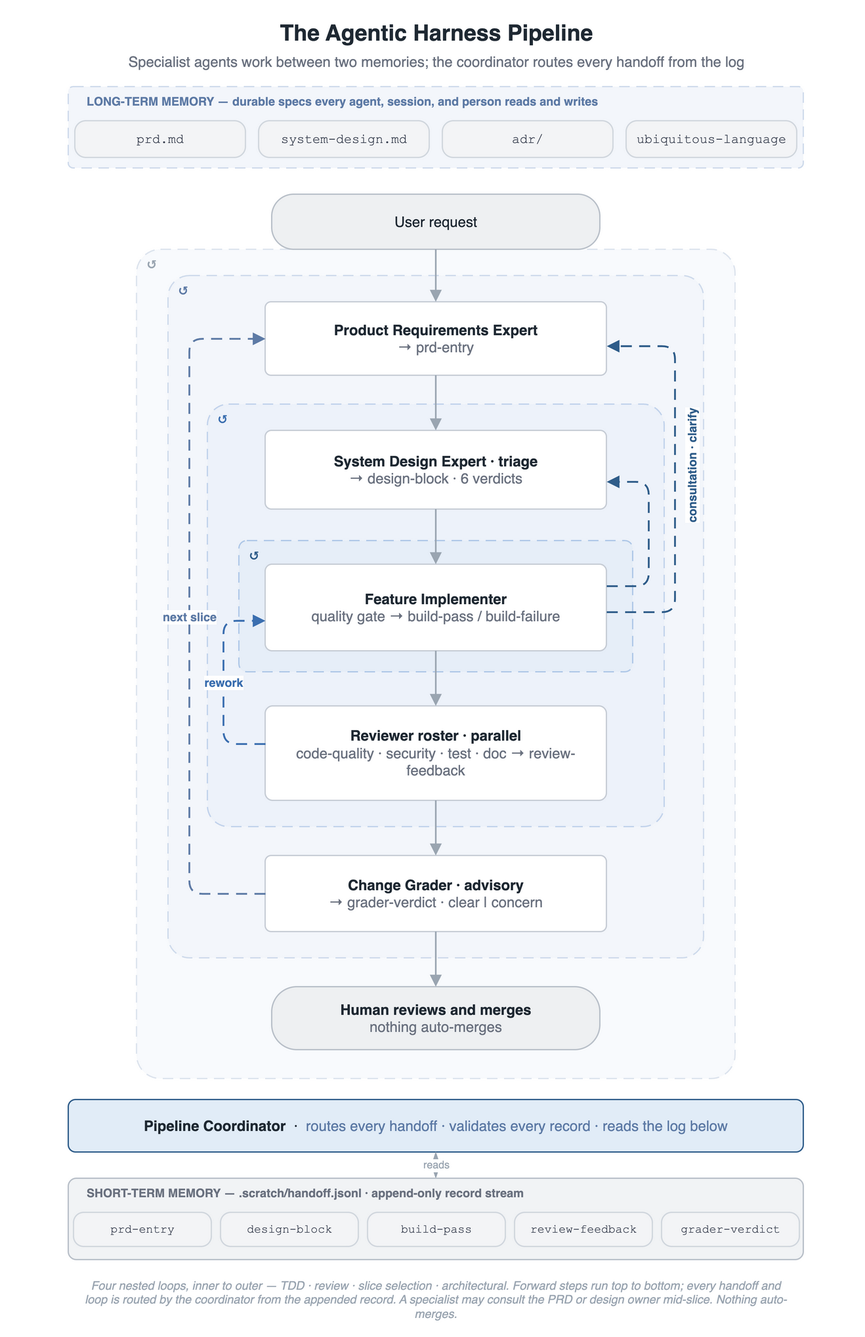
Above: docs/images/pipeline-flow.drawio.png in woditschka/agentic-coding-reference (draw.io), before the change. Source tidied: cells renumbered, new cells last; positions are measured from the earlier drawing's top-left corner, leaving out a move shared by most shapes.
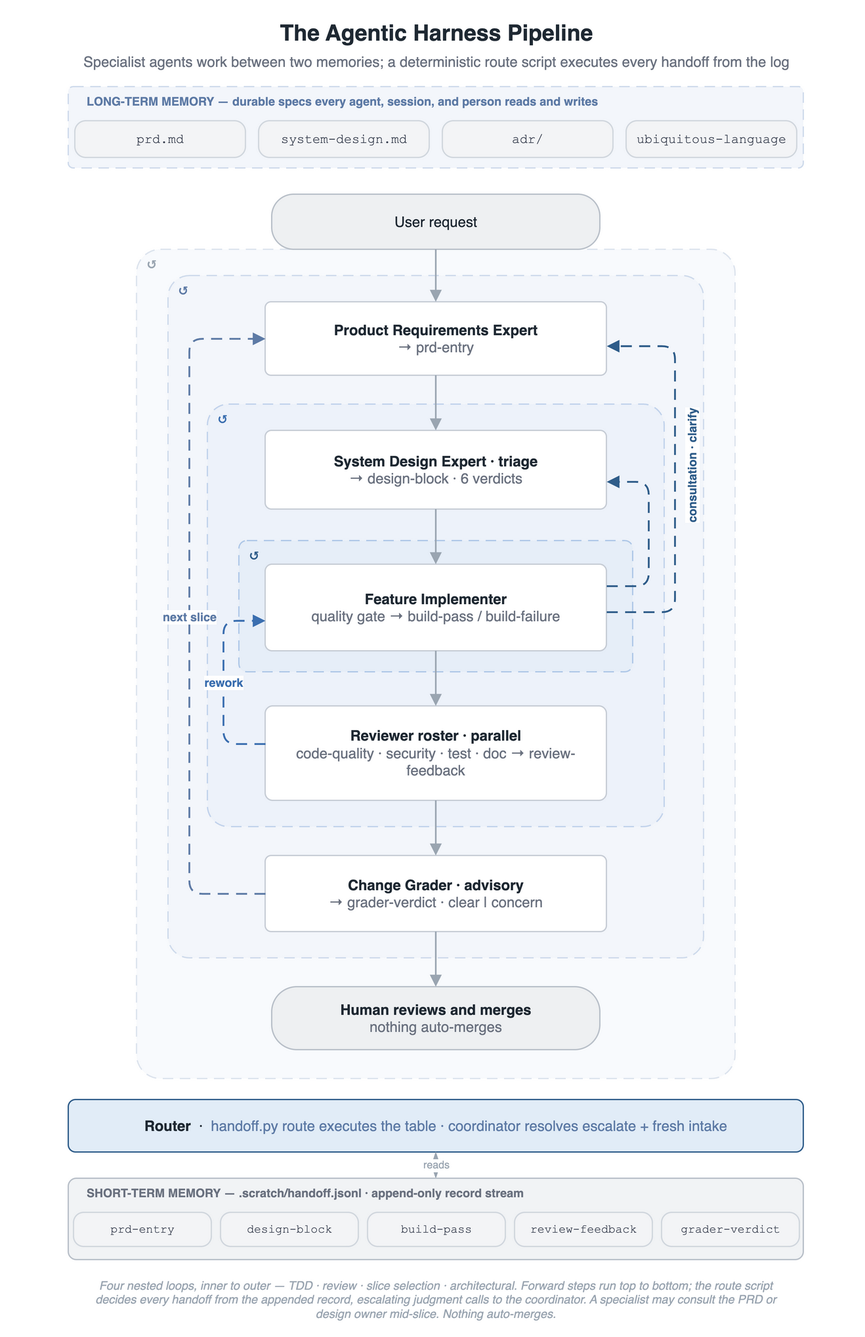
After the commit.

Diff of the diagram source:
```diff
@@ -5,7 +5,7 @@
     <mxCell id="2" value="The Agentic Harness Pipeline" style="text;html=1;align=center;verticalAlign=middle;fontSize=17;fontStyle=1;fontColor=#1F2933;" parent="1" vertex="1">
       <mxGeometry width="640" height="26" as="geometry" />
     </mxCell>
-    <mxCell id="3" value="Specialist agents work between two memories; the coordinator routes every handoff from the log" style="text;html=1;align=center;verticalAlign=middle;fontSize=11;fontColor=#6B7280;" parent="1" vertex="1">
+    <mxCell id="3" value="Specialist agents work between two memories; a deterministic route script executes every handoff from the log" style="text;html=1;align=center;verticalAlign=middle;fontSize=11;fontColor=#6B7280;" parent="1" vertex="1">
       <mxGeometry y="26" width="640" height="18" as="geometry" />
     </mxCell>
     <mxCell id="4" style="rounded=1;arcSize=6;html=1;fillColor=#F3F6FB;strokeColor=#CFDBEC;dashed=1;dashPattern=8 5;" parent="1" vertex="1">
@@ -121,7 +121,7 @@
     <mxCell id="34" value="consultation · clarify" style="text;html=1;align=center;verticalAlign=middle;fontSize=9;fontStyle=1;fontColor=#2F5D8A;labelBackgroundColor=#FFFFFF;rotation=-90;" parent="1" vertex="1">
       <mxGeometry x="455" y="336" width="120" height="14" as="geometry" />
     </mxCell>
-    <mxCell id="35" value="&lt;b&gt;Pipeline Coordinator&lt;/b&gt;&amp;nbsp;&amp;nbsp;·&amp;nbsp;&amp;nbsp;&lt;font color=&quot;#5E7BA6&quot;&gt;routes every handoff · validates every record · reads the log below&lt;/font&gt;" style="rounded=1;arcSize=14;whiteSpace=wrap;html=1;fillColor=#E1ECF7;strokeColor=#2F5D8A;fontSize=11;fontColor=#1F2933;verticalAlign=middle;" parent="1" vertex="1">
+    <mxCell id="35" value="&lt;b&gt;Router&lt;/b&gt;&amp;nbsp;&amp;nbsp;·&amp;nbsp;&amp;nbsp;&lt;font color=&quot;#5E7BA6&quot;&gt;handoff.py route executes the table · coordinator resolves escalate + fresh intake&lt;/font&gt;" style="rounded=1;arcSize=14;whiteSpace=wrap;html=1;fillColor=#E1ECF7;strokeColor=#2F5D8A;fontSize=11;fontColor=#1F2933;verticalAlign=middle;" parent="1" vertex="1">
       <mxGeometry x="40" y="826" width="560" height="40" as="geometry" />
     </mxCell>
     <mxCell id="36" value="reads" style="edgeStyle=none;rounded=0;html=1;endArrow=classicThin;startArrow=classicThin;endSize=5;startSize=5;strokeColor=#9AA5B1;strokeWidth=1;dashed=1;dashPattern=4 4;fontSize=8;fontColor=#9AA5B1;labelBackgroundColor=#FFFFFF;exitX=0.5;exitY=1;entryX=0.5;entryY=0;" parent="1" edge="1" source="35" target="37">
@@ -145,7 +145,7 @@
     <mxCell id="42" value="grader-verdict" style="rounded=1;arcSize=30;whiteSpace=wrap;html=1;fillColor=#F3F4F6;strokeColor=#D1D7DE;fontColor=#3B4252;fontSize=9;fontFamily=Courier New;" parent="1" vertex="1">
       <mxGeometry x="492" y="912" width="105" height="26" as="geometry" />
     </mxCell>
-    <mxCell id="43" value="Four nested loops, inner to outer — TDD · review · slice selection · architectural. Forward steps run top to bottom; every handoff and loop is routed by the coordinator from the appended record. A specialist may consult the PRD or design owner mid-slice. Nothing auto-merges." style="text;html=1;align=center;verticalAlign=middle;whiteSpace=wrap;fontSize=9;fontStyle=2;fontColor=#9AA5B1;" parent="1" vertex="1">
+    <mxCell id="43" value="Four nested loops, inner to outer — TDD · review · slice selection · architectural. Forward steps run top to bottom; the route script decides every handoff from the appended record, escalating judgment calls to the coordinator. A specialist may consult the PRD or design owner mid-slice. Nothing auto-merges." style="text;html=1;align=center;verticalAlign=middle;whiteSpace=wrap;fontSize=9;fontStyle=2;fontColor=#9AA5B1;" parent="1" vertex="1">
       <mxGeometry x="50" y="956" width="540" height="44" as="geometry" />
     </mxCell>
     <mxCell id="44" value="LONG-TERM MEMORY — durable specs every agent, session, and person reads and writes" style="text;html=1;align=left;verticalAlign=middle;fontSize=9;fontStyle=1;fontColor=#5E7BA6;letterSpacing=1;fillColor=#F3F6FB;strokeColor=none;spacingRight=4;" parent="1" vertex="1">
```
